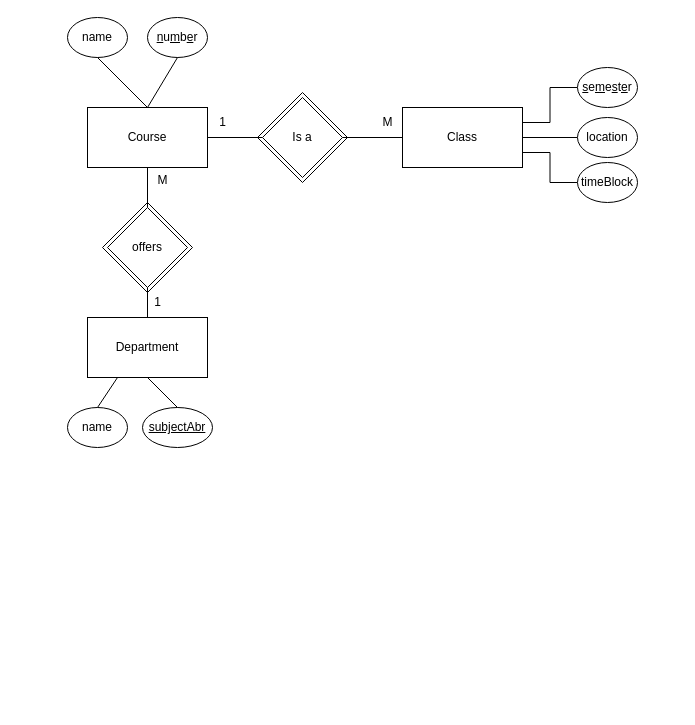
Before: CS6016/Project/CS6016_Phase1.drawio in Branden-Frieden/MSD, a draw.io diagram. Source tidied: cells renumbered, new cells numbered last; positions are measured from the earlier drawing's top-left corner, leaving out a move shared by most shapes. Both pictures are drawn from the tidied source at 100%, with x=0, y=0 at pixel (67, 17).
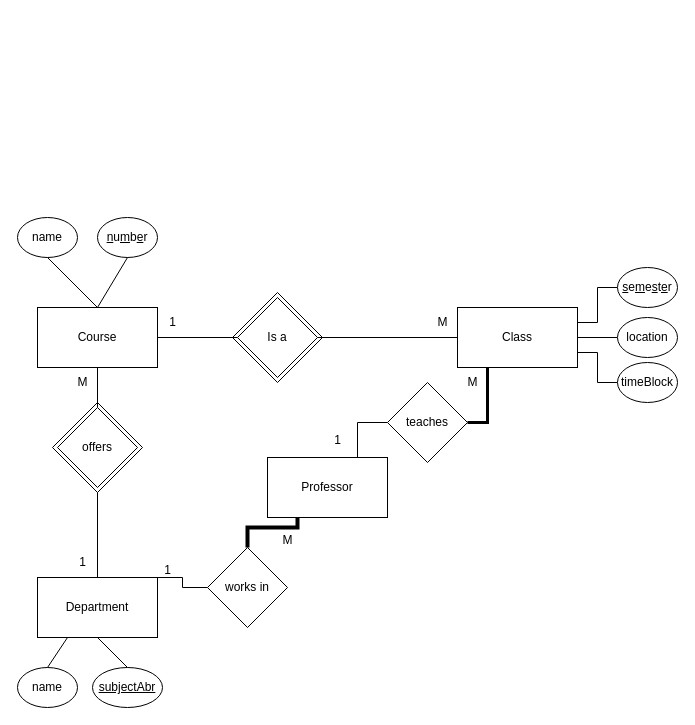
Above is the later version.

What changed in the source:
```diff
@@
     <mxCell id="2" style="rhombus;whiteSpace=wrap;html=1;" parent="1" vertex="1">
-      <mxGeometry x="190" y="75" width="90" height="90" as="geometry" />
+      <mxGeometry x="165" y="275" width="90" height="90" as="geometry" />
     </mxCell>
     <mxCell id="3" style="rhombus;whiteSpace=wrap;html=1;" parent="1" vertex="1">
-      <mxGeometry x="35" y="185" width="90" height="90" as="geometry" />
+      <mxGeometry x="-15" y="385" width="90" height="90" as="geometry" />
     </mxCell>
+    <mxCell id="31" style="edgeStyle=orthogonalEdgeStyle;rounded=0;jettySize=auto;html=1;exitX=1;exitY=0;exitDx=0;exitDy=0;entryX=0;entryY=0.5;entryDx=0;entryDy=0;endArrow=none;endFill=0;" parent="1" edge="1" source="4" target="35">
+      <mxGeometry relative="1" as="geometry">
+        <Array as="points">
+          <mxPoint x="115" y="560" />
+          <mxPoint x="115" y="570" />
+        </Array>
+      </mxGeometry>
+    </mxCell>
     <mxCell id="4" value="&lt;div&gt;Department&lt;/div&gt;" style="rounded=0;whiteSpace=wrap;html=1;" parent="1" vertex="1">
-      <mxGeometry x="20" y="300" width="120" height="60" as="geometry" />
+      <mxGeometry x="-30" y="560" width="120" height="60" as="geometry" />
     </mxCell>
     <mxCell id="5" value="name" style="ellipse;whiteSpace=wrap;html=1;" parent="1" vertex="1">
-      <mxGeometry y="390" width="60" height="40" as="geometry" />
+      <mxGeometry x="-50" y="650" width="60" height="40" as="geometry" />
     </mxCell>
     <mxCell id="6" value="&lt;u&gt;subjectAbr&lt;/u&gt;" style="ellipse;whiteSpace=wrap;html=1;" parent="1" vertex="1">
-      <mxGeometry x="75" y="390" width="70" height="40" as="geometry" />
+      <mxGeometry x="25" y="650" width="70" height="40" as="geometry" />
     </mxCell>
@@
     <mxCell id="10" value="Course" style="rounded=0;whiteSpace=wrap;html=1;" parent="1" vertex="1">
-      <mxGeometry x="20" y="90" width="120" height="60" as="geometry" />
+      <mxGeometry x="-30" y="290" width="120" height="60" as="geometry" />
     </mxCell>
     <mxCell id="11" value="name" style="ellipse;whiteSpace=wrap;html=1;" parent="1" vertex="1">
-      <mxGeometry width="60" height="40" as="geometry" />
+      <mxGeometry x="-50" y="200" width="60" height="40" as="geometry" />
     </mxCell>
     <mxCell id="12" value="&lt;u&gt;n&lt;/u&gt;u&lt;u&gt;m&lt;/u&gt;b&lt;u&gt;e&lt;/u&gt;r" style="ellipse;whiteSpace=wrap;html=1;" parent="1" vertex="1">
-      <mxGeometry x="80" width="60" height="40" as="geometry" />
+      <mxGeometry x="30" y="200" width="60" height="40" as="geometry" />
     </mxCell>
@@
     <mxCell id="15" value="offers" style="rhombus;whiteSpace=wrap;html=1;" parent="1" vertex="1">
-      <mxGeometry x="40" y="190" width="80" height="80" as="geometry" />
+      <mxGeometry x="-10" y="390" width="80" height="80" as="geometry" />
     </mxCell>
-    <mxCell id="16" style="endArrow=none;html=1;rounded=0;exitX=0.5;exitY=0;exitDx=0;exitDy=0;entryX=0.5;entryY=1;entryDx=0;entryDy=0;" parent="1" edge="1" source="4" target="15">
+    <mxCell id="16" style="endArrow=none;html=1;rounded=0;exitX=0.5;exitY=0;exitDx=0;exitDy=0;entryX=0.5;entryY=1;entryDx=0;entryDy=0;" parent="1" edge="1" source="4" target="3">
       <mxGeometry relative="1" as="geometry" />
     </mxCell>
@@
     <mxCell id="18" value="M" style="text;html=1;align=center;verticalAlign=middle;strokeColor=none;fillColor=none;" parent="1" vertex="1">
-      <mxGeometry x="80" y="148" width="30" height="30" as="geometry" />
+      <mxGeometry y="350" width="30" height="30" as="geometry" />
     </mxCell>
     <mxCell id="19" value="1" style="text;html=1;align=center;verticalAlign=middle;strokeColor=none;fillColor=none;" parent="1" vertex="1">
-      <mxGeometry x="75" y="270" width="30" height="30" as="geometry" />
+      <mxGeometry y="530" width="30" height="30" as="geometry" />
     </mxCell>
     <mxCell id="20" value="Class" style="rounded=0;whiteSpace=wrap;html=1;" parent="1" vertex="1">
-      <mxGeometry x="335" y="90" width="120" height="60" as="geometry" />
+      <mxGeometry x="390" y="290" width="120" height="60" as="geometry" />
     </mxCell>
@@
     <mxCell id="22" value="Is a" style="rhombus;whiteSpace=wrap;html=1;" parent="1" vertex="1">
-      <mxGeometry x="195" y="80" width="80" height="80" as="geometry" />
+      <mxGeometry x="170" y="280" width="80" height="80" as="geometry" />
     </mxCell>
     <mxCell id="23" value="1" style="text;html=1;align=center;verticalAlign=middle;strokeColor=none;fillColor=none;" parent="1" vertex="1">
-      <mxGeometry x="140" y="90" width="30" height="30" as="geometry" />
+      <mxGeometry x="90" y="290" width="30" height="30" as="geometry" />
     </mxCell>
     <mxCell id="24" value="M" style="text;html=1;align=center;verticalAlign=middle;strokeColor=none;fillColor=none;" parent="1" vertex="1">
-      <mxGeometry x="305" y="90" width="30" height="30" as="geometry" />
+      <mxGeometry x="360" y="290" width="30" height="30" as="geometry" />
     </mxCell>
@@
     <mxCell id="26" value="&lt;u&gt;s&lt;/u&gt;e&lt;u&gt;m&lt;/u&gt;e&lt;u&gt;s&lt;/u&gt;t&lt;u&gt;e&lt;/u&gt;r" style="ellipse;whiteSpace=wrap;html=1;" parent="1" vertex="1">
-      <mxGeometry x="510" y="50" width="60" height="40" as="geometry" />
+      <mxGeometry x="550" y="250" width="60" height="40" as="geometry" />
     </mxCell>
@@
     <mxCell id="28" value="location" style="ellipse;whiteSpace=wrap;html=1;" parent="1" vertex="1">
-      <mxGeometry x="510" y="100" width="60" height="40" as="geometry" />
+      <mxGeometry x="550" y="300" width="60" height="40" as="geometry" />
     </mxCell>
@@
     <mxCell id="30" value="timeBlock" style="ellipse;whiteSpace=wrap;html=1;" parent="1" vertex="1">
-      <mxGeometry x="510" y="145" width="60" height="40" as="geometry" />
+      <mxGeometry x="550" y="345" width="60" height="40" as="geometry" />
     </mxCell>
+    <mxCell id="32" style="edgeStyle=orthogonalEdgeStyle;rounded=0;jettySize=auto;html=1;exitX=0.75;exitY=0;exitDx=0;exitDy=0;entryX=0;entryY=0.5;entryDx=0;entryDy=0;endArrow=none;endFill=0;" parent="1" edge="1" source="33" target="39">
+      <mxGeometry relative="1" as="geometry" />
+    </mxCell>
+    <mxCell id="33" value="Professor" style="rounded=0;whiteSpace=wrap;html=1;" parent="1" vertex="1">
+      <mxGeometry x="200" y="440" width="120" height="60" as="geometry" />
+    </mxCell>
+    <mxCell id="34" style="edgeStyle=orthogonalEdgeStyle;rounded=0;jettySize=auto;html=1;exitX=0.5;exitY=0;exitDx=0;exitDy=0;entryX=0.25;entryY=1;entryDx=0;entryDy=0;endArrow=none;endFill=0;strokeWidth=4;" parent="1" edge="1" source="35" target="33">
+      <mxGeometry relative="1" as="geometry" />
+    </mxCell>
+    <mxCell id="35" value="works in" style="rhombus;whiteSpace=wrap;html=1;" parent="1" vertex="1">
+      <mxGeometry x="140" y="530" width="80" height="80" as="geometry" />
+    </mxCell>
+    <mxCell id="36" value="M" style="text;html=1;align=center;verticalAlign=middle;strokeColor=none;fillColor=none;" parent="1" vertex="1">
+      <mxGeometry x="205" y="508" width="30" height="30" as="geometry" />
+    </mxCell>
+    <mxCell id="37" value="1" style="text;html=1;align=center;verticalAlign=middle;strokeColor=none;fillColor=none;" parent="1" vertex="1">
+      <mxGeometry x="85" y="538" width="30" height="30" as="geometry" />
+    </mxCell>
+    <mxCell id="38" style="edgeStyle=orthogonalEdgeStyle;rounded=0;jettySize=auto;html=1;exitX=1;exitY=0.5;exitDx=0;exitDy=0;entryX=0.25;entryY=1;entryDx=0;entryDy=0;endArrow=none;endFill=0;strokeWidth=3;" parent="1" edge="1" source="39" target="20">
+      <mxGeometry relative="1" as="geometry" />
+    </mxCell>
+    <mxCell id="39" value="teaches" style="rhombus;whiteSpace=wrap;html=1;" parent="1" vertex="1">
+      <mxGeometry x="320" y="365" width="80" height="80" as="geometry" />
+    </mxCell>
+    <mxCell id="40" value="1" style="text;html=1;align=center;verticalAlign=middle;strokeColor=none;fillColor=none;" parent="1" vertex="1">
+      <mxGeometry x="255" y="408" width="30" height="30" as="geometry" />
+    </mxCell>
+    <mxCell id="41" value="M" style="text;html=1;align=center;verticalAlign=middle;strokeColor=none;fillColor=none;" parent="1" vertex="1">
+      <mxGeometry x="390" y="350" width="30" height="30" as="geometry" />
+    </mxCell>
```
